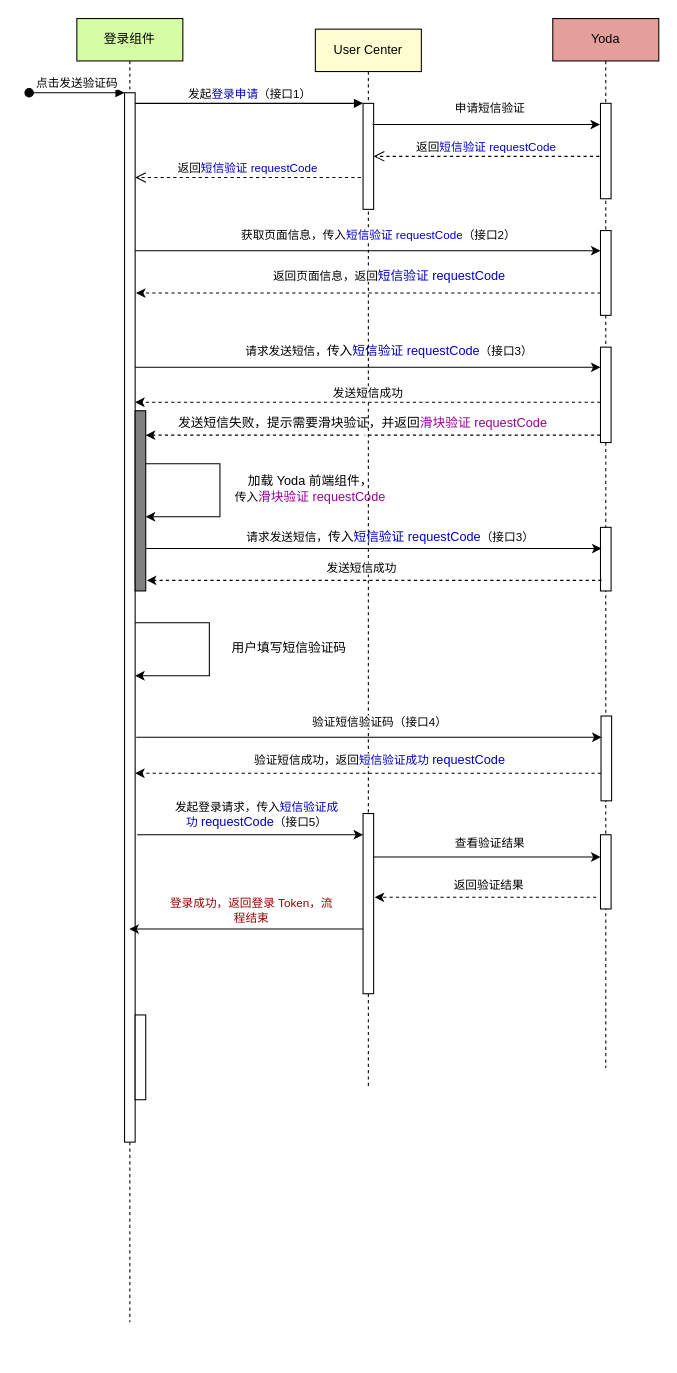
Above: src/未命名绘图.drawio in zhengjiaqi/draw (draw.io), before the change. Source tidied: cells renumbered, new cells numbered last; positions are measured from the earlier drawing's top-left corner, leaving out a move shared by most shapes. Both pictures are drawn from the tidied source at 106%, with x=0, y=0 at pixel (29, 18).
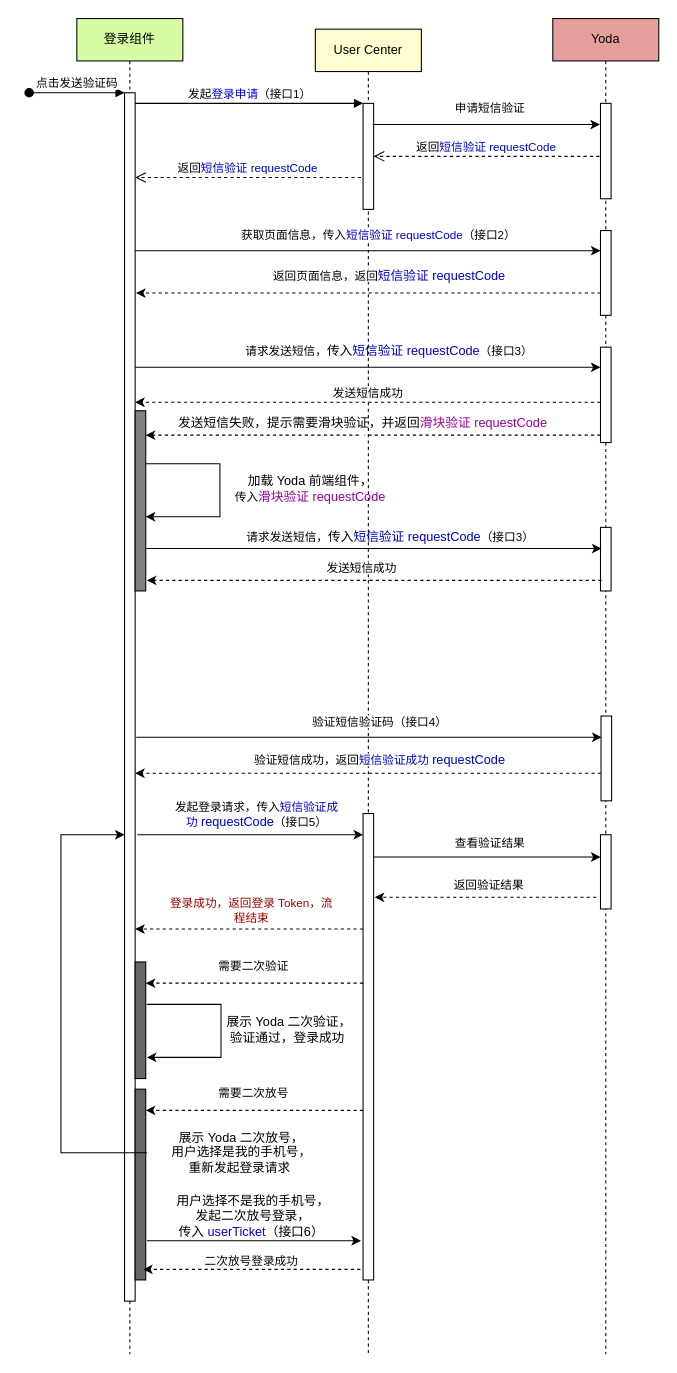
After the change.

Commit message:
更新未命名绘图.drawio

Diff of the diagram source:
```diff
@@
     <mxCell id="2" value="登录组件" style="shape=umlLifeline;perimeter=lifelinePerimeter;whiteSpace=wrap;html=1;newEdgeStyle={&quot;edgeStyle&quot;:&quot;elbowEdgeStyle&quot;,&quot;elbow&quot;:&quot;vertical&quot;,&quot;curved&quot;:0,&quot;rounded&quot;:0};fillColor=#D6FDA4;" parent="1" vertex="1">
-      <mxGeometry x="45" width="100" height="1230" as="geometry" />
+      <mxGeometry x="45" width="100" height="1260" as="geometry" />
     </mxCell>
     <mxCell id="3" style="html=1;points=[];perimeter=orthogonalPerimeter;outlineConnect=0;targetShapes=umlLifeline;portConstraint=eastwest;newEdgeStyle={&quot;edgeStyle&quot;:&quot;elbowEdgeStyle&quot;,&quot;elbow&quot;:&quot;vertical&quot;,&quot;curved&quot;:0,&quot;rounded&quot;:0};" parent="2" vertex="1">
-      <mxGeometry x="45" y="70" width="10" height="990" as="geometry" />
+      <mxGeometry x="45" y="70" width="10" height="1140" as="geometry" />
     </mxCell>
@@
-    <mxCell id="5" style="html=1;perimeter=orthogonalPerimeter;targetShapes=umlLifeline;newEdgeStyle={&quot;edgeStyle&quot;:&quot;elbowEdgeStyle&quot;,&quot;elbow&quot;:&quot;vertical&quot;,&quot;curved&quot;:0,&quot;rounded&quot;:0};" parent="2" vertex="1">
-      <mxGeometry x="55" y="940" width="10" height="80" as="geometry" />
+    <mxCell id="5" style="html=1;perimeter=orthogonalPerimeter;targetShapes=umlLifeline;newEdgeStyle={&quot;edgeStyle&quot;:&quot;elbowEdgeStyle&quot;,&quot;elbow&quot;:&quot;vertical&quot;,&quot;curved&quot;:0,&quot;rounded&quot;:0};fillColor=#666666;" parent="2" vertex="1">
+      <mxGeometry x="55" y="890" width="10" height="110" as="geometry" />
     </mxCell>
@@
+    <mxCell id="52" style="html=1;perimeter=orthogonalPerimeter;targetShapes=umlLifeline;newEdgeStyle={&quot;edgeStyle&quot;:&quot;elbowEdgeStyle&quot;,&quot;elbow&quot;:&quot;vertical&quot;,&quot;curved&quot;:0,&quot;rounded&quot;:0};fillColor=#666666;" parent="2" vertex="1">
+      <mxGeometry x="55" y="1010" width="10" height="180" as="geometry" />
+    </mxCell>
     <mxCell id="7" value="User Center" style="shape=umlLifeline;perimeter=lifelinePerimeter;whiteSpace=wrap;html=1;newEdgeStyle={&quot;edgeStyle&quot;:&quot;elbowEdgeStyle&quot;,&quot;elbow&quot;:&quot;vertical&quot;,&quot;curved&quot;:0,&quot;rounded&quot;:0};fillColor=#FFFED1;" parent="1" vertex="1">
-      <mxGeometry x="270" y="10" width="100" height="1000" as="geometry" />
+      <mxGeometry x="270" y="10" width="100" height="1250" as="geometry" />
     </mxCell>
@@
     <mxCell id="9" style="html=1;points=[];perimeter=orthogonalPerimeter;outlineConnect=0;targetShapes=umlLifeline;portConstraint=eastwest;newEdgeStyle={&quot;edgeStyle&quot;:&quot;elbowEdgeStyle&quot;,&quot;elbow&quot;:&quot;vertical&quot;,&quot;curved&quot;:0,&quot;rounded&quot;:0};" parent="7" vertex="1">
-      <mxGeometry x="45" y="740" width="10" height="170" as="geometry" />
+      <mxGeometry x="45" y="740" width="10" height="440" as="geometry" />
     </mxCell>
@@
     <mxCell id="11" value="Yoda" style="shape=umlLifeline;perimeter=lifelinePerimeter;whiteSpace=wrap;html=1;newEdgeStyle={&quot;edgeStyle&quot;:&quot;elbowEdgeStyle&quot;,&quot;elbow&quot;:&quot;vertical&quot;,&quot;curved&quot;:0,&quot;rounded&quot;:0};fillColor=#E49F9A;" parent="1" vertex="1">
-      <mxGeometry x="494" width="100" height="990" as="geometry" />
+      <mxGeometry x="494" width="100" height="1260" as="geometry" />
     </mxCell>
@@
     <mxCell id="40" style="endArrow=classic;html=1;rounded=0;" parent="1" edge="1">
       <mxGeometry relative="1" as="geometry">
-        <mxPoint x="100" y="570" as="sourcePoint" />
-        <mxPoint x="100" y="620" as="targetPoint" />
+        <mxPoint x="111" y="930" as="sourcePoint" />
+        <mxPoint x="111" y="980" as="targetPoint" />
         <Array as="points">
-          <mxPoint x="120" y="570" />
-          <mxPoint x="170" y="570" />
-          <mxPoint x="170" y="620" />
+          <mxPoint x="131" y="930" />
+          <mxPoint x="181" y="930" />
+          <mxPoint x="181" y="980" />
         </Array>
       </mxGeometry>
     </mxCell>
-    <mxCell id="41" value="用户填写短信验证码" style="text;html=1;align=center;verticalAlign=middle;strokeColor=none;fillColor=none;" parent="1" vertex="1">
-      <mxGeometry x="180" y="579" width="130" height="30" as="geometry" />
+    <mxCell id="41" value="展示&amp;nbsp;Yoda 二次验证，&lt;br&gt;验证通过，登录成功&amp;nbsp;" style="text;html=1;align=center;verticalAlign=middle;strokeColor=none;fillColor=none;" parent="1" vertex="1">
+      <mxGeometry x="175" y="934" width="140" height="40" as="geometry" />
     </mxCell>
@@
-    <mxCell id="50" style="edgeStyle=elbowEdgeStyle;rounded=0;orthogonalLoop=1;jettySize=auto;html=1;elbow=vertical;curved=0;" parent="1" edge="1">
+    <mxCell id="50" style="edgeStyle=elbowEdgeStyle;rounded=0;jettySize=auto;html=1;elbow=vertical;curved=0;dashed=1;" parent="1" edge="1" target="3">
       <mxGeometry relative="1" as="geometry">
         <mxPoint x="315" y="859" as="sourcePoint" />
-        <mxPoint x="94.5" y="859" as="targetPoint" />
       </mxGeometry>
     </mxCell>
@@
+    <mxCell id="53" style="edgeStyle=elbowEdgeStyle;rounded=0;jettySize=auto;html=1;elbow=vertical;curved=0;dashed=1;" parent="1" edge="1" source="9">
+      <mxGeometry relative="1" as="geometry">
+        <mxPoint x="110" y="910" as="targetPoint" />
+      </mxGeometry>
+    </mxCell>
+    <mxCell id="54" value="&lt;span style=&quot;font-size: 11px; background-color: rgb(255, 255, 255);&quot;&gt;需要二次验证&lt;/span&gt;" style="text;whiteSpace=wrap;html=1;align=center;" parent="1" vertex="1">
+      <mxGeometry x="114" y="880" width="196" height="20" as="geometry" />
+    </mxCell>
+    <mxCell id="55" style="edgeStyle=elbowEdgeStyle;rounded=0;orthogonalLoop=1;jettySize=auto;html=1;elbow=vertical;curved=0;dashed=1;" parent="1" edge="1">
+      <mxGeometry relative="1" as="geometry">
+        <mxPoint x="315" y="1030" as="sourcePoint" />
+        <mxPoint x="110" y="1030" as="targetPoint" />
+      </mxGeometry>
+    </mxCell>
+    <mxCell id="56" value="&lt;span style=&quot;font-size: 11px; background-color: rgb(255, 255, 255);&quot;&gt;需要二次放号&lt;/span&gt;" style="text;whiteSpace=wrap;html=1;align=center;" parent="1" vertex="1">
+      <mxGeometry x="114" y="1000" width="196" height="20" as="geometry" />
+    </mxCell>
+    <mxCell id="57" style="endArrow=classic;html=1;rounded=0;" parent="1" edge="1" target="3">
+      <mxGeometry relative="1" as="geometry">
+        <mxPoint x="111" y="1070" as="sourcePoint" />
+        <Array as="points">
+          <mxPoint x="30" y="1070" />
+          <mxPoint x="30" y="770" />
+        </Array>
+      </mxGeometry>
+    </mxCell>
+    <mxCell id="58" value="展示&amp;nbsp;Yoda 二次放号，&lt;br&gt;用户选择是我的手机号，&lt;br&gt;重新发起登录请求&amp;nbsp;" style="text;html=1;align=center;verticalAlign=middle;strokeColor=none;fillColor=none;" parent="1" vertex="1">
+      <mxGeometry x="120" y="1040" width="160" height="60" as="geometry" />
+    </mxCell>
+    <mxCell id="59" style="endArrow=classic;html=1;rounded=0;" parent="1" edge="1">
+      <mxGeometry relative="1" as="geometry">
+        <mxPoint x="111.2" y="1153" as="sourcePoint" />
+        <mxPoint x="313" y="1153" as="targetPoint" />
+      </mxGeometry>
+    </mxCell>
+    <mxCell id="60" value="用户选择不是我的手机号，&lt;br&gt;发起二次放号登录，&lt;br&gt;传入&lt;font color=&quot;#0000cc&quot;&gt; userTicket&lt;/font&gt;（接口6）&lt;span style=&quot;background-color: initial;&quot;&gt;&amp;nbsp;&lt;/span&gt;" style="text;html=1;align=center;verticalAlign=middle;strokeColor=none;fillColor=none;" parent="1" vertex="1">
+      <mxGeometry x="125.8" y="1100" width="170" height="60" as="geometry" />
+    </mxCell>
+    <mxCell id="61" style="edgeStyle=elbowEdgeStyle;rounded=0;orthogonalLoop=1;jettySize=auto;html=1;elbow=vertical;curved=0;dashed=1;" parent="1" edge="1">
+      <mxGeometry relative="1" as="geometry">
+        <mxPoint x="312.5" y="1180" as="sourcePoint" />
+        <mxPoint x="107.5" y="1180" as="targetPoint" />
+      </mxGeometry>
+    </mxCell>
+    <mxCell id="62" value="&lt;span style=&quot;font-size: 11px; background-color: rgb(255, 255, 255);&quot;&gt;二次放号登录成功&lt;/span&gt;" style="text;whiteSpace=wrap;html=1;align=center;" parent="1" vertex="1">
+      <mxGeometry x="112" y="1158" width="196" height="20" as="geometry" />
+    </mxCell>
```
